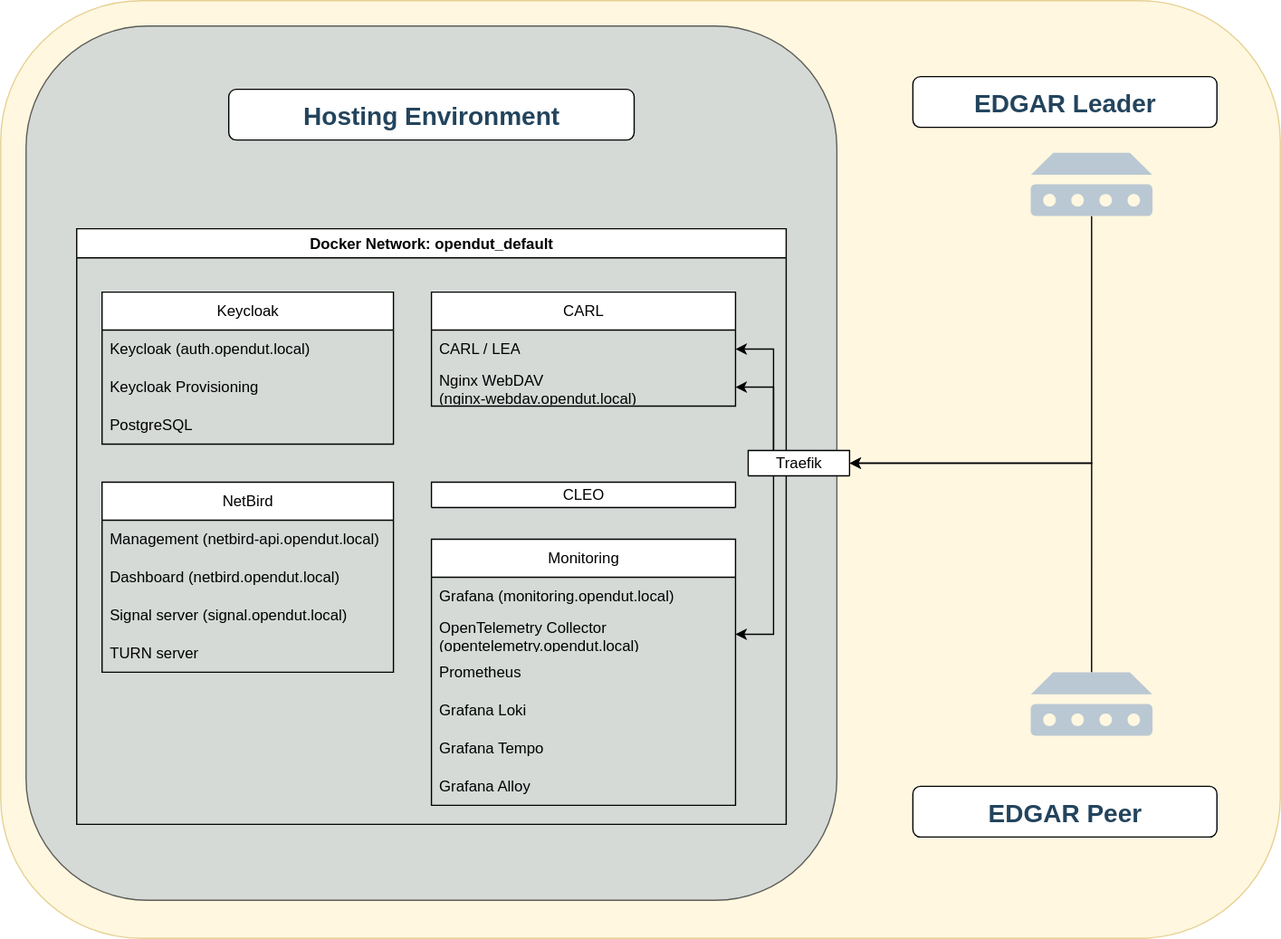
Before: doc/src/architecture/deployment/img/opendut-vm-edgar-test-setup.drawio.svg, a diagram exported from draw.io (eclipse-opendut/opendut). Source tidied: cells renumbered, new cells last; positions are measured from the earlier drawing's top-left corner, leaving out a move shared by most shapes.
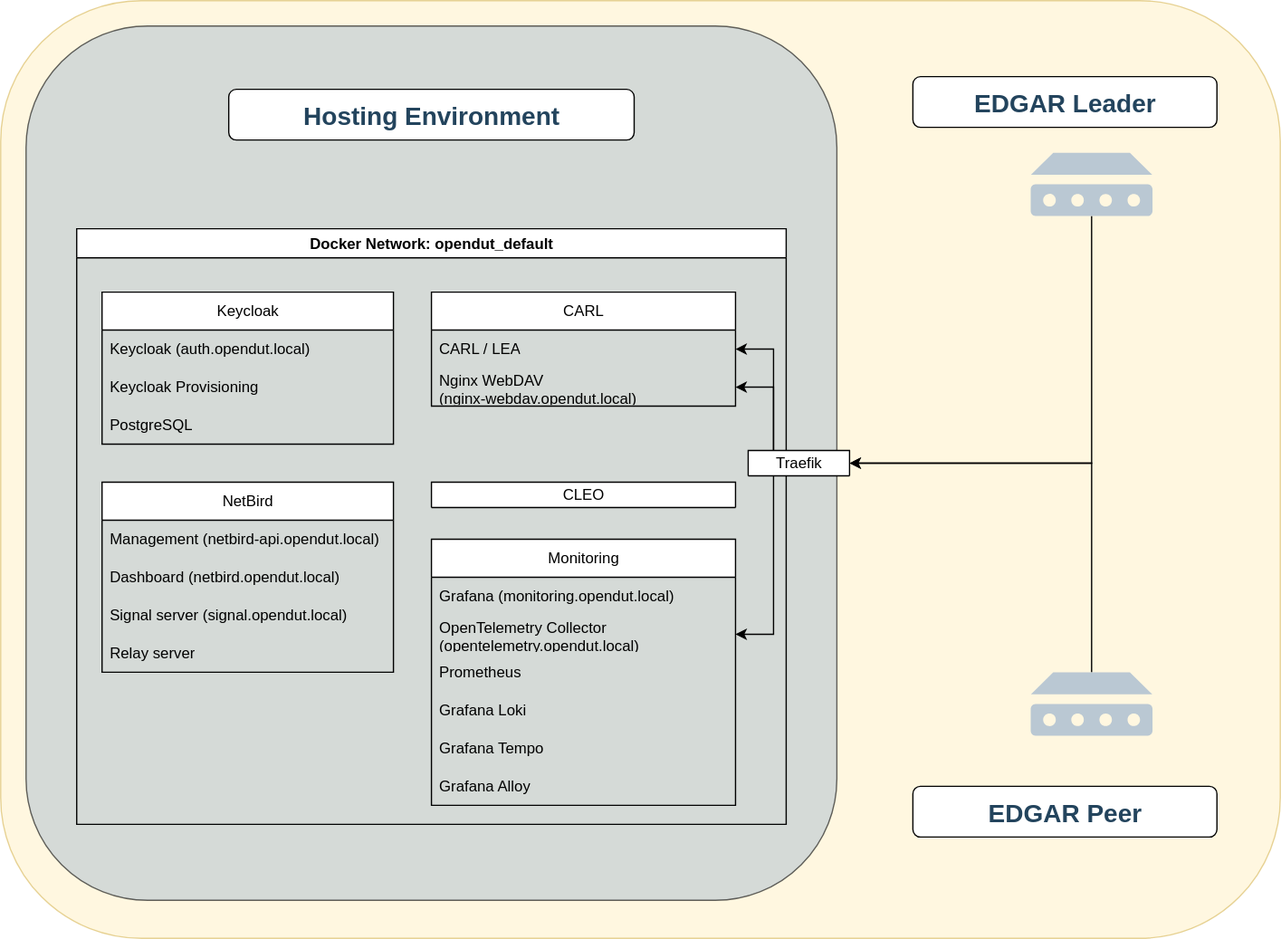
Above is the later version.

Commit message:
Doc → Rename Netbird TURN server to relay server.

Change to the diagram source:
```diff
@@ -38,7 +38,7 @@
     <mxCell id="13" value="&lt;div&gt;Signal server (signal.opendut.local)&lt;/div&gt;" style="text;strokeColor=none;fillColor=none;align=left;verticalAlign=middle;spacingLeft=4;spacingRight=4;overflow=hidden;whiteSpace=wrap;html=1;" parent="10" vertex="1">
       <mxGeometry y="90" width="230" height="30" as="geometry" />
     </mxCell>
-    <mxCell id="14" value="TURN server" style="text;strokeColor=none;fillColor=none;align=left;verticalAlign=middle;spacingLeft=4;spacingRight=4;overflow=hidden;whiteSpace=wrap;html=1;" parent="10" vertex="1">
+    <mxCell id="14" value="Relay server" style="text;strokeColor=none;fillColor=none;align=left;verticalAlign=middle;spacingLeft=4;spacingRight=4;overflow=hidden;whiteSpace=wrap;html=1;" parent="10" vertex="1">
       <mxGeometry y="120" width="230" height="30" as="geometry" />
     </mxCell>
     <mxCell id="15" value="&lt;span style=&quot;font-weight: normal;&quot;&gt;CLEO&lt;/span&gt;" style="swimlane;whiteSpace=wrap;html=1;startSize=23;" parent="1" vertex="1">
```
